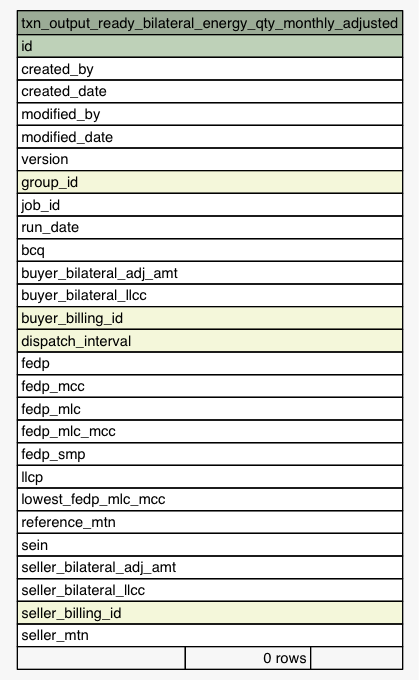
Before: Data/settlement/diagrams/summary/txn_output_ready_bilateral_energy_qty_monthly_adjusted.1degree.png, a diagram exported from Graphviz (eyana-m/python-data-dictionary-writer). Its source is kept beside it as Data/settlement/diagrams/summary/txn_output_ready_bilateral_energy_qty_monthly_adjusted.1degree.dot.
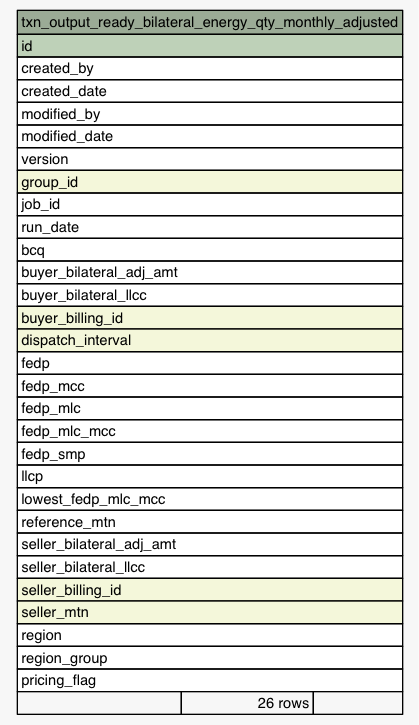
Later version of the same file.

Change to the diagram source:
```diff
@@ -41,12 +41,14 @@
       <TR><TD PORT="llcp" COLSPAN="3" ALIGN="LEFT">llcp</TD></TR>
       <TR><TD PORT="lowest_fedp_mlc_mcc" COLSPAN="3" ALIGN="LEFT">lowest_fedp_mlc_mcc</TD></TR>
       <TR><TD PORT="reference_mtn" COLSPAN="3" ALIGN="LEFT">reference_mtn</TD></TR>
-      <TR><TD PORT="sein" COLSPAN="3" ALIGN="LEFT">sein</TD></TR>
       <TR><TD PORT="seller_bilateral_adj_amt" COLSPAN="3" ALIGN="LEFT">seller_bilateral_adj_amt</TD></TR>
       <TR><TD PORT="seller_bilateral_llcc" COLSPAN="3" ALIGN="LEFT">seller_bilateral_llcc</TD></TR>
       <TR><TD PORT="seller_billing_id" COLSPAN="3" BGCOLOR="#f4f7da" ALIGN="LEFT">seller_billing_id</TD></TR>
-      <TR><TD PORT="seller_mtn" COLSPAN="3" ALIGN="LEFT">seller_mtn</TD></TR>
-      <TR><TD ALIGN="LEFT" BGCOLOR="#f7f7f7">  </TD><TD ALIGN="RIGHT" BGCOLOR="#f7f7f7">0 rows</TD><TD ALIGN="RIGHT" BGCOLOR="#f7f7f7">  </TD></TR>
+      <TR><TD PORT="seller_mtn" COLSPAN="3" BGCOLOR="#f4f7da" ALIGN="LEFT">seller_mtn</TD></TR>
+      <TR><TD PORT="region" COLSPAN="3" ALIGN="LEFT">region</TD></TR>
+      <TR><TD PORT="region_group" COLSPAN="3" ALIGN="LEFT">region_group</TD></TR>
+      <TR><TD PORT="pricing_flag" COLSPAN="3" ALIGN="LEFT">pricing_flag</TD></TR>
+      <TR><TD ALIGN="LEFT" BGCOLOR="#f7f7f7">  </TD><TD ALIGN="RIGHT" BGCOLOR="#f7f7f7">26 rows</TD><TD ALIGN="RIGHT" BGCOLOR="#f7f7f7">  </TD></TR>
     </TABLE>>
     URL="tables/txn_output_ready_bilateral_energy_qty_monthly_adjusted.html"
     tooltip="txn_output_ready_bilateral_energy_qty_monthly_adjusted"
```
